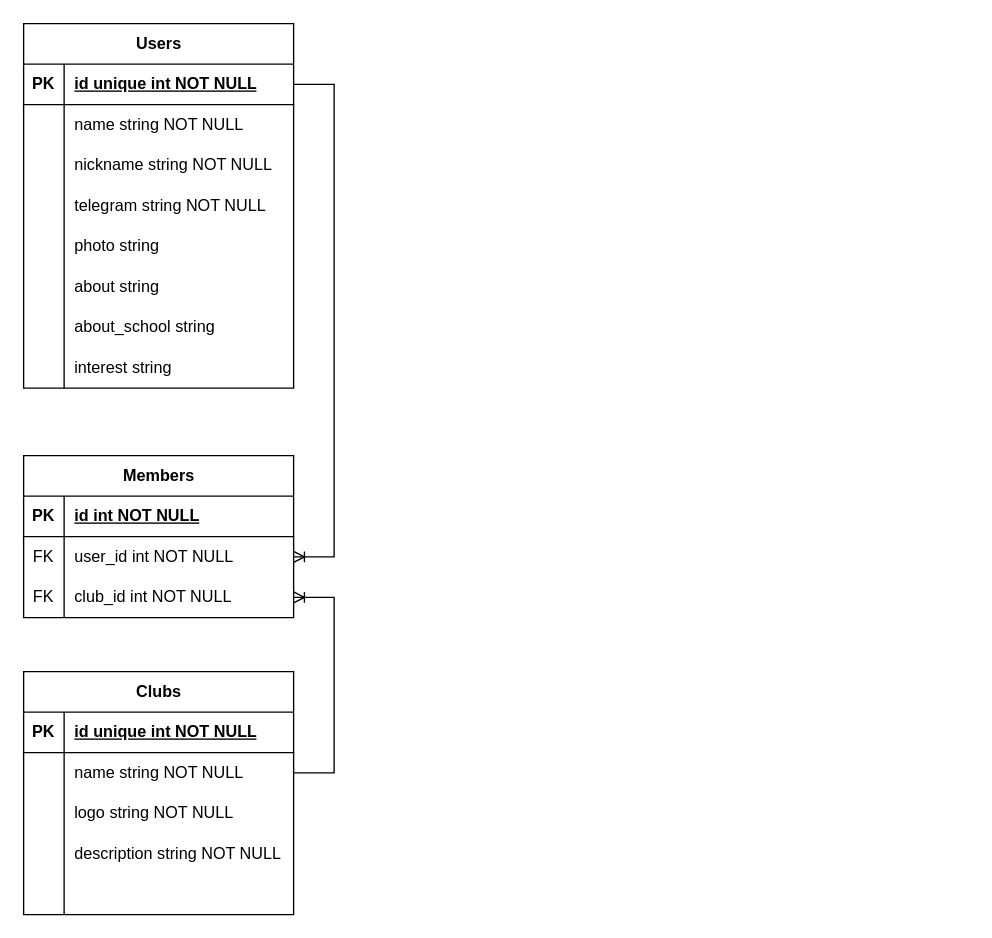
Earlier version of the draw.io diagram Диаграмма без названия.drawio (mrsemyon/clubs). Source tidied: cells renumbered, new cells numbered last; positions are measured from the earlier drawing's top-left corner, leaving out a move shared by most shapes. Both pictures are drawn from the tidied source at 135%, with x=0, y=0 at pixel (23, 23).
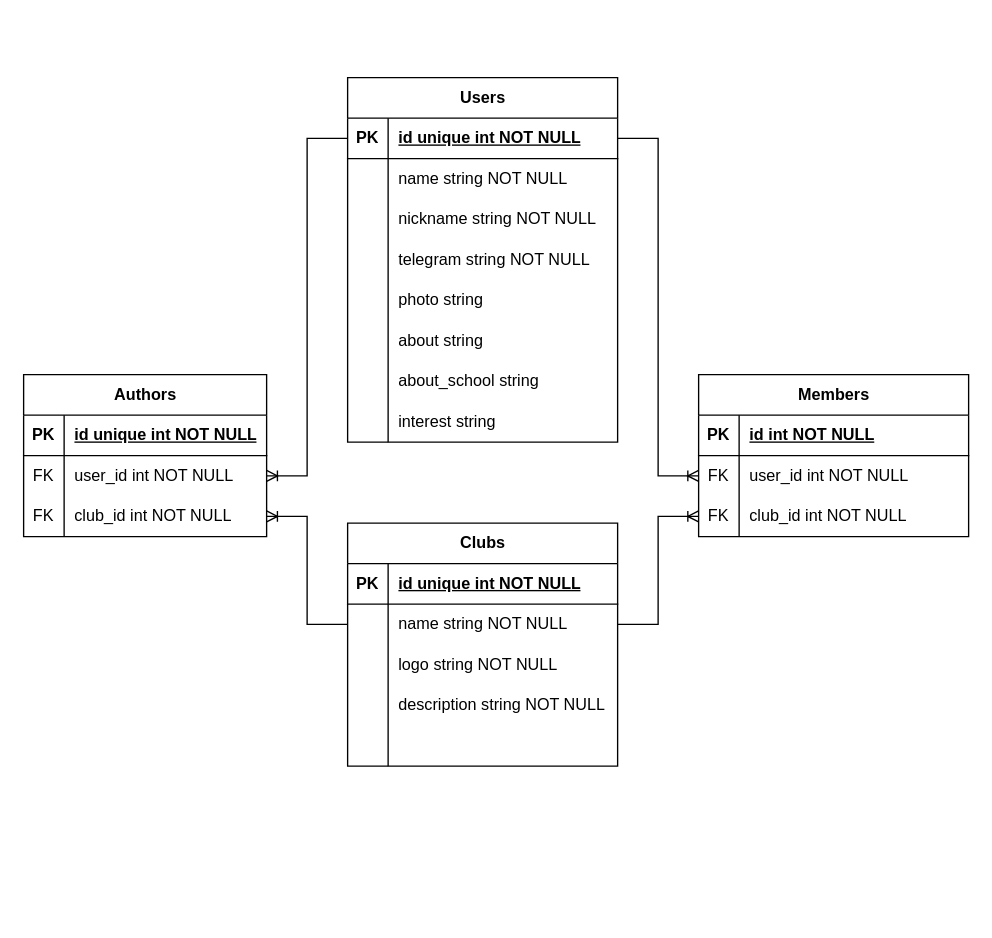
After the change.

The change refers to these unchanged cells:
```xml
<mxCell id="3" style="shape=tableRow;horizontal=0;startSize=0;swimlaneHead=0;swimlaneBody=0;fillColor=none;points=[[0,0.5],[1,0.5]];portConstraint=eastwest;top=0;left=0;right=0;bottom=1;" parent="2" vertex="1">
  <mxGeometry y="30" width="200" height="30" as="geometry" />
</mxCell>
<mxCell id="31" style="shape=tableRow;horizontal=0;startSize=0;swimlaneHead=0;swimlaneBody=0;fillColor=none;points=[[0,0.5],[1,0.5]];portConstraint=eastwest;top=0;left=0;right=0;bottom=0;" parent="27" vertex="1">
  <mxGeometry y="60" width="200" height="30" as="geometry" />
</mxCell>
```

Diff of the diagram source:
```diff
@@
     <mxCell id="2" value="Users" style="shape=table;startSize=30;childLayout=tableLayout;rowLines=0;fontStyle=1;align=center;html=1;" parent="1" vertex="1">
-      <mxGeometry width="200" height="270" as="geometry" />
+      <mxGeometry x="240" y="40" width="200" height="270" as="geometry" />
     </mxCell>
@@
     <mxCell id="27" value="Clubs" style="shape=table;startSize=30;childLayout=tableLayout;rowLines=0;fontStyle=1;align=center;html=1;" parent="1" vertex="1">
-      <mxGeometry y="480" width="200" height="180" as="geometry" />
+      <mxGeometry x="240" y="370" width="200" height="180" as="geometry" />
     </mxCell>
@@
     <mxCell id="43" value="Members" style="shape=table;startSize=30;childLayout=tableLayout;rowLines=0;fontStyle=1;align=center;html=1;" parent="1" vertex="1">
-      <mxGeometry y="320" width="200" height="120" as="geometry" />
+      <mxGeometry x="500" y="260" width="200" height="120" as="geometry" />
     </mxCell>
@@
+    <mxCell id="55" value="Authors" style="shape=table;startSize=30;childLayout=tableLayout;rowLines=0;fontStyle=1;align=center;html=1;" parent="1" vertex="1">
+      <mxGeometry y="260" width="180" height="120" as="geometry" />
+    </mxCell>
+    <mxCell id="56" style="shape=tableRow;horizontal=0;startSize=0;swimlaneHead=0;swimlaneBody=0;fillColor=none;top=0;left=0;right=0;bottom=1;" parent="55" vertex="1">
+      <mxGeometry y="30" width="180" height="30" as="geometry" />
+    </mxCell>
+    <mxCell id="57" value="PK" style="shape=partialRectangle;fillColor=none;top=0;left=0;bottom=0;right=0;fontStyle=1;overflow=hidden;whiteSpace=wrap;html=1;" parent="56" vertex="1">
+      <mxGeometry width="30" height="30" as="geometry" />
+    </mxCell>
+    <mxCell id="58" value="id unique int NOT NULL" style="shape=partialRectangle;fillColor=none;top=0;left=0;bottom=0;right=0;align=left;spacingLeft=6;fontStyle=5;overflow=hidden;whiteSpace=wrap;html=1;" parent="56" vertex="1">
+      <mxGeometry x="30" width="150" height="30" as="geometry" />
+    </mxCell>
+    <mxCell id="59" style="shape=tableRow;horizontal=0;startSize=0;swimlaneHead=0;swimlaneBody=0;fillColor=none;points=[[0,0.5],[1,0.5]];portConstraint=eastwest;top=0;left=0;right=0;bottom=0;" parent="55" vertex="1">
+      <mxGeometry y="60" width="180" height="30" as="geometry" />
+    </mxCell>
+    <mxCell id="60" value="FK" style="shape=partialRectangle;fillColor=none;top=0;left=0;bottom=0;right=0;overflow=hidden;whiteSpace=wrap;html=1;" parent="59" vertex="1">
+      <mxGeometry width="30" height="30" as="geometry" />
+    </mxCell>
+    <mxCell id="61" value="user_id int NOT NULL" style="shape=partialRectangle;fillColor=none;top=0;left=0;bottom=0;right=0;align=left;spacingLeft=6;overflow=hidden;whiteSpace=wrap;html=1;" parent="59" vertex="1">
+      <mxGeometry x="30" width="150" height="30" as="geometry" />
+    </mxCell>
+    <mxCell id="62" style="shape=tableRow;horizontal=0;startSize=0;swimlaneHead=0;swimlaneBody=0;fillColor=none;points=[[0,0.5],[1,0.5]];portConstraint=eastwest;top=0;left=0;right=0;bottom=0;" parent="55" vertex="1">
+      <mxGeometry y="90" width="180" height="30" as="geometry" />
+    </mxCell>
+    <mxCell id="63" value="FK" style="shape=partialRectangle;fillColor=none;top=0;left=0;bottom=0;right=0;overflow=hidden;whiteSpace=wrap;html=1;" parent="62" vertex="1">
+      <mxGeometry width="30" height="30" as="geometry" />
+    </mxCell>
+    <mxCell id="64" value="club_id int NOT NULL" style="shape=partialRectangle;fillColor=none;top=0;left=0;bottom=0;right=0;align=left;spacingLeft=6;overflow=hidden;whiteSpace=wrap;html=1;" parent="62" vertex="1">
+      <mxGeometry x="30" width="150" height="30" as="geometry" />
+    </mxCell>
+    <mxCell id="65" style="edgeStyle=entityRelationEdgeStyle;fontSize=12;html=1;endArrow=ERoneToMany;rounded=0;" parent="1" edge="1" source="3" target="59">
+      <mxGeometry relative="1" as="geometry" />
+    </mxCell>
+    <mxCell id="66" style="edgeStyle=entityRelationEdgeStyle;fontSize=12;html=1;endArrow=ERoneToMany;rounded=0;" parent="1" edge="1" source="31" target="62">
+      <mxGeometry relative="1" as="geometry" />
+    </mxCell>
```
